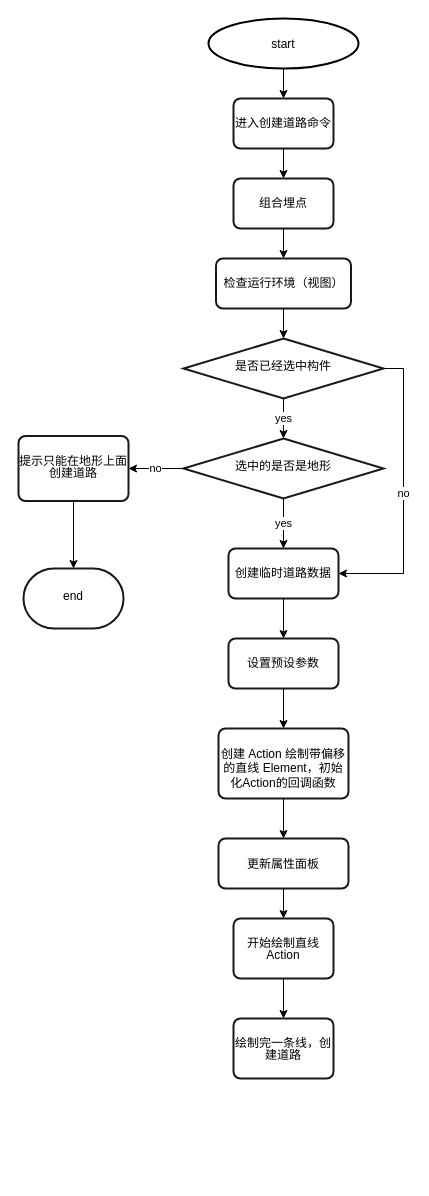
The draw.io diagram page "第 2 页" (2 of 2) of BmRoad.drawio in Sean-Xu-Code/cpp, before the edit. Source tidied: cells renumbered, new cells numbered last; positions are measured from the earlier drawing's top-left corner, leaving out a move shared by most shapes. Both pictures are drawn from the tidied source at 100%, with x=0, y=0 at pixel (18, 18).
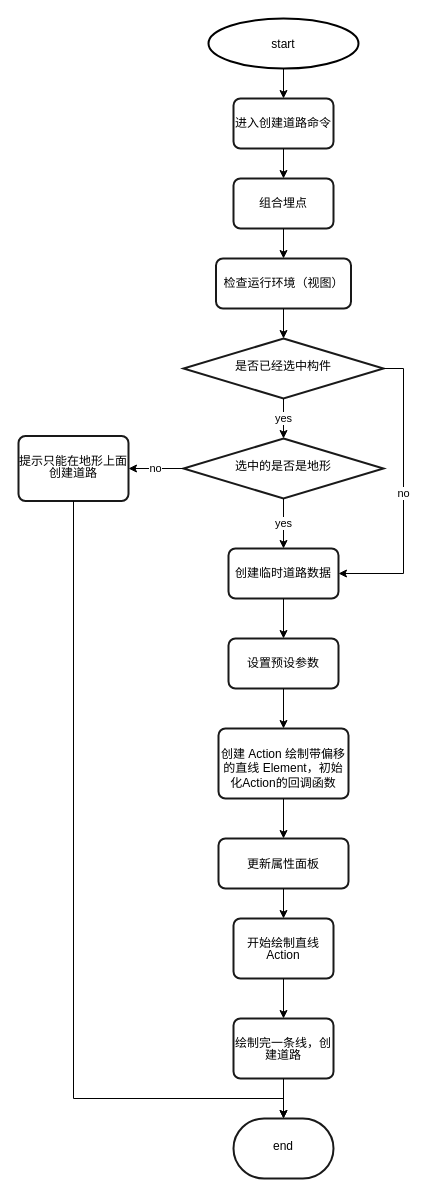
The same diagram, later.

Unchanged cells that the change refers to:
```xml
<mxCell id="27" value="&lt;p style=&quot;line-height: 100%&quot;&gt;提示只能在地形上面创建道路&lt;/p&gt;&lt;p style=&quot;line-height: 100%&quot;&gt;&lt;br&gt;&lt;/p&gt;" style="rounded=1;whiteSpace=wrap;html=1;absoluteArcSize=1;arcSize=14;strokeWidth=2;startSize=26;verticalAlign=top;opacity=90;" parent="1" vertex="1">
  <mxGeometry y="417.5" width="110" height="65" as="geometry" />
</mxCell>
<mxCell id="29" value="&lt;p style=&quot;line-height: 100%&quot;&gt;绘制完一条线，创建道路&lt;/p&gt;&lt;p style=&quot;line-height: 100%&quot;&gt;&lt;br&gt;&lt;/p&gt;" style="rounded=1;whiteSpace=wrap;html=1;absoluteArcSize=1;arcSize=14;strokeWidth=2;startSize=26;verticalAlign=top;opacity=90;" parent="1" vertex="1">
  <mxGeometry x="215" y="1000" width="100" height="60" as="geometry" />
</mxCell>
```

The edit, as a diff of the source:
```diff
@@
-    <mxCell id="26" style="edgeStyle=orthogonalEdgeStyle;rounded=0;jettySize=auto;html=1;exitX=0.5;exitY=1;exitDx=0;exitDy=0;startSize=26;" parent="1" edge="1" source="27" target="28">
-      <mxGeometry relative="1" as="geometry" />
+    <mxCell id="26" style="edgeStyle=orthogonalEdgeStyle;rounded=0;jettySize=auto;html=1;exitX=0.5;exitY=1;exitDx=0;exitDy=0;startSize=26;entryX=0.5;entryY=0;entryDx=0;entryDy=0;entryPerimeter=0;" parent="1" edge="1" source="27" target="28">
+      <mxGeometry relative="1" as="geometry">
+        <Array as="points">
+          <mxPoint x="55" y="1080" />
+          <mxPoint x="265" y="1080" />
+        </Array>
+      </mxGeometry>
     </mxCell>
@@
     <mxCell id="28" value="&lt;br&gt;end" style="strokeWidth=2;html=1;shape=mxgraph.flowchart.terminator;whiteSpace=wrap;startSize=26;verticalAlign=top;opacity=90;" parent="1" vertex="1">
-      <mxGeometry x="5" y="550" width="100" height="60" as="geometry" />
+      <mxGeometry x="215" y="1100" width="100" height="60" as="geometry" />
     </mxCell>
+    <mxCell id="30" style="edgeStyle=orthogonalEdgeStyle;rounded=0;jettySize=auto;html=1;exitX=0.5;exitY=1;exitDx=0;exitDy=0;entryX=0.5;entryY=0;entryDx=0;entryDy=0;entryPerimeter=0;startSize=26;" parent="1" edge="1" source="29" target="28">
+      <mxGeometry relative="1" as="geometry" />
+    </mxCell>
```
